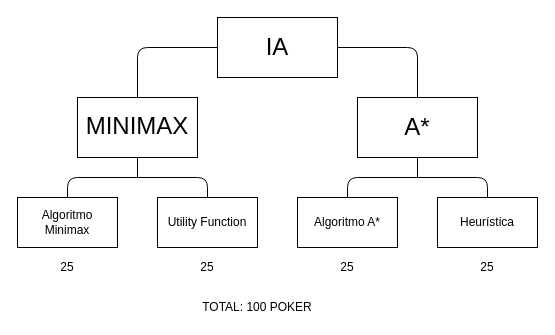
marcosousa-uff/Rummikuff keeps this draw.io diagram as Arquivos de gestão/IA/EAP IA + Poker.drawio. Above is the earlier version. Source tidied: cells renumbered, new cells numbered last; positions are measured from the earlier drawing's top-left corner, leaving out a move shared by most shapes. Both pictures are drawn from the tidied source at 100%, with x=0, y=0 at pixel (17, 17).
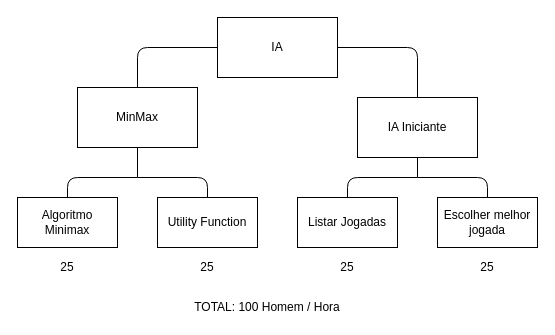
The same page after the edit.

Change to the diagram source:
```diff
@@
-    <mxCell id="2" value="&lt;p&gt;&lt;font face=&quot;Helvetica&quot; style=&quot;font-size: 24px&quot;&gt;IA&lt;/font&gt;&lt;/p&gt;" style="rounded=0;whiteSpace=wrap;html=1;" parent="1" vertex="1">
+    <mxCell id="2" value="IA" style="rounded=0;whiteSpace=wrap;html=1;" parent="1" vertex="1">
       <mxGeometry x="200" width="120" height="60" as="geometry" />
     </mxCell>
-    <mxCell id="3" value="&lt;pre style=&quot;font-size: 24px&quot;&gt;&lt;font face=&quot;Helvetica&quot;&gt;MINIMAX&lt;/font&gt;&lt;/pre&gt;" style="rounded=0;whiteSpace=wrap;html=1;" parent="1" vertex="1">
-      <mxGeometry x="60" y="80" width="120" height="60" as="geometry" />
-    </mxCell>
-    <mxCell id="4" value="&lt;pre&gt;&lt;font style=&quot;font-size: 24px&quot; face=&quot;Helvetica&quot;&gt;A*&lt;/font&gt;&lt;/pre&gt;" style="rounded=0;whiteSpace=wrap;html=1;" parent="1" vertex="1">
+    <mxCell id="4" value="IA Iniciante" style="rounded=0;whiteSpace=wrap;html=1;" parent="1" vertex="1">
       <mxGeometry x="340" y="80" width="120" height="60" as="geometry" />
     </mxCell>
@@
-    <mxCell id="7" value="Algoritmo A*" style="rounded=0;whiteSpace=wrap;html=1;" parent="1" vertex="1">
+    <mxCell id="7" value="Listar Jogadas" style="rounded=0;whiteSpace=wrap;html=1;" parent="1" vertex="1">
       <mxGeometry x="280" y="180" width="100" height="50" as="geometry" />
     </mxCell>
-    <mxCell id="8" value="Heurística" style="rounded=0;whiteSpace=wrap;html=1;" parent="1" vertex="1">
+    <mxCell id="8" value="Escolher melhor jogada" style="rounded=0;whiteSpace=wrap;html=1;" parent="1" vertex="1">
       <mxGeometry x="420" y="180" width="100" height="50" as="geometry" />
     </mxCell>
-    <mxCell id="9" style="endArrow=none;html=1;exitX=0;exitY=0.5;exitDx=0;exitDy=0;entryX=0.5;entryY=0;entryDx=0;entryDy=0;" parent="1" edge="1" source="2" target="3">
+    <mxCell id="9" style="endArrow=none;html=1;exitX=0;exitY=0.5;exitDx=0;exitDy=0;entryX=0.5;entryY=0;entryDx=0;entryDy=0;" parent="1" edge="1" source="2" target="22">
       <mxGeometry relative="1" as="geometry">
         <Array as="points">
           <mxPoint x="120" y="30" />
         </Array>
       </mxGeometry>
     </mxCell>
@@
-    <mxCell id="13" style="endArrow=none;html=1;exitX=0.5;exitY=1;exitDx=0;exitDy=0;" parent="1" edge="1" source="3">
+    <mxCell id="13" style="endArrow=none;html=1;exitX=0.5;exitY=1;exitDx=0;exitDy=0;" parent="1" edge="1" source="22">
       <mxGeometry relative="1" as="geometry">
         <mxPoint x="120" y="160" as="targetPoint" />
       </mxGeometry>
     </mxCell>
@@
-    <mxCell id="21" value="TOTAL: 100 POKER" style="text;html=1;strokeColor=none;fillColor=none;align=center;verticalAlign=middle;whiteSpace=wrap;rounded=0;" parent="1" vertex="1">
-      <mxGeometry y="280" width="480" height="20" as="geometry" />
+    <mxCell id="21" value="TOTAL: 100 Homem / Hora" style="text;html=1;strokeColor=none;fillColor=none;align=center;verticalAlign=middle;whiteSpace=wrap;rounded=0;" parent="1" vertex="1">
+      <mxGeometry x="10" y="280" width="480" height="20" as="geometry" />
     </mxCell>
+    <mxCell id="22" value="MinMax" style="rounded=0;whiteSpace=wrap;html=1;" parent="1" vertex="1">
+      <mxGeometry x="60" y="70" width="120" height="60" as="geometry" />
+    </mxCell>
```
